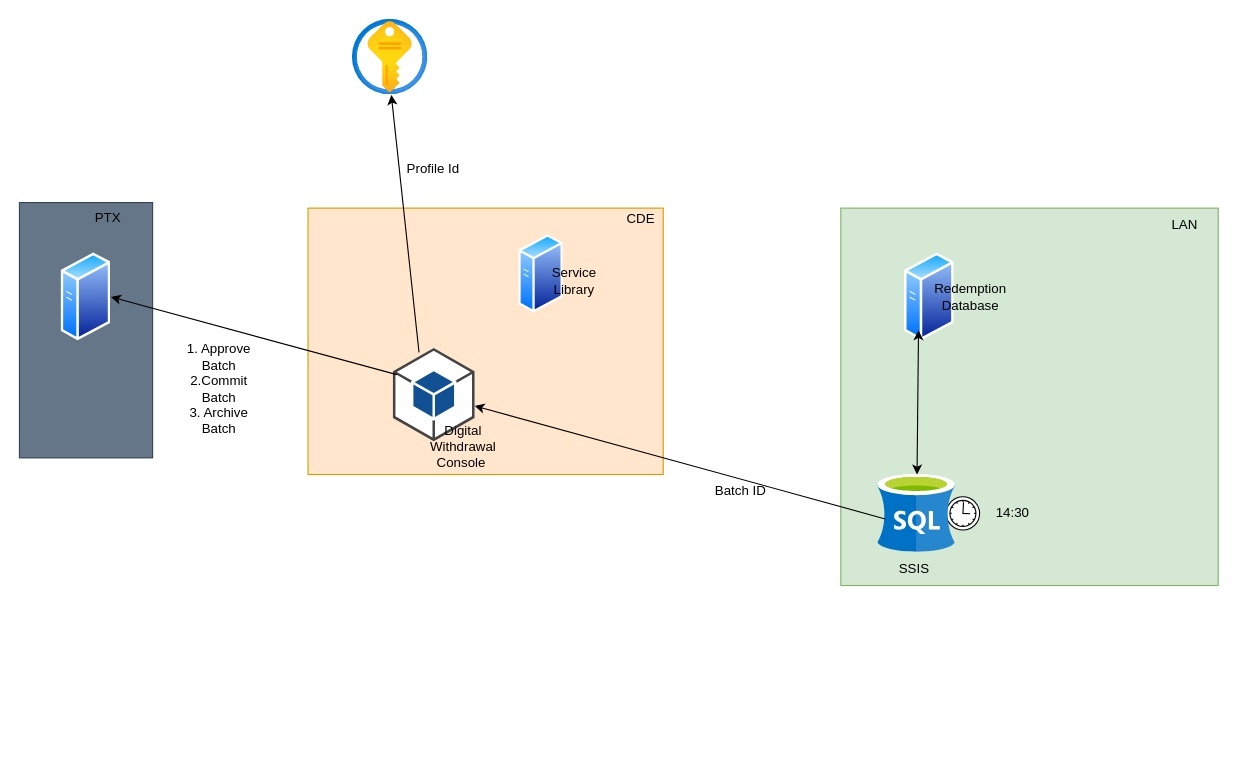
This is DigitalWithdrawalsLowLevelDiagram.drawio from mattwatts36/drawings, a draw.io file, before an edit. Source tidied: cells renumbered, new cells numbered last; positions are measured from the earlier drawing's top-left corner, leaving out a move shared by most shapes. Both pictures are drawn from the tidied source at 111%, with x=0, y=0 at pixel (19, 19).
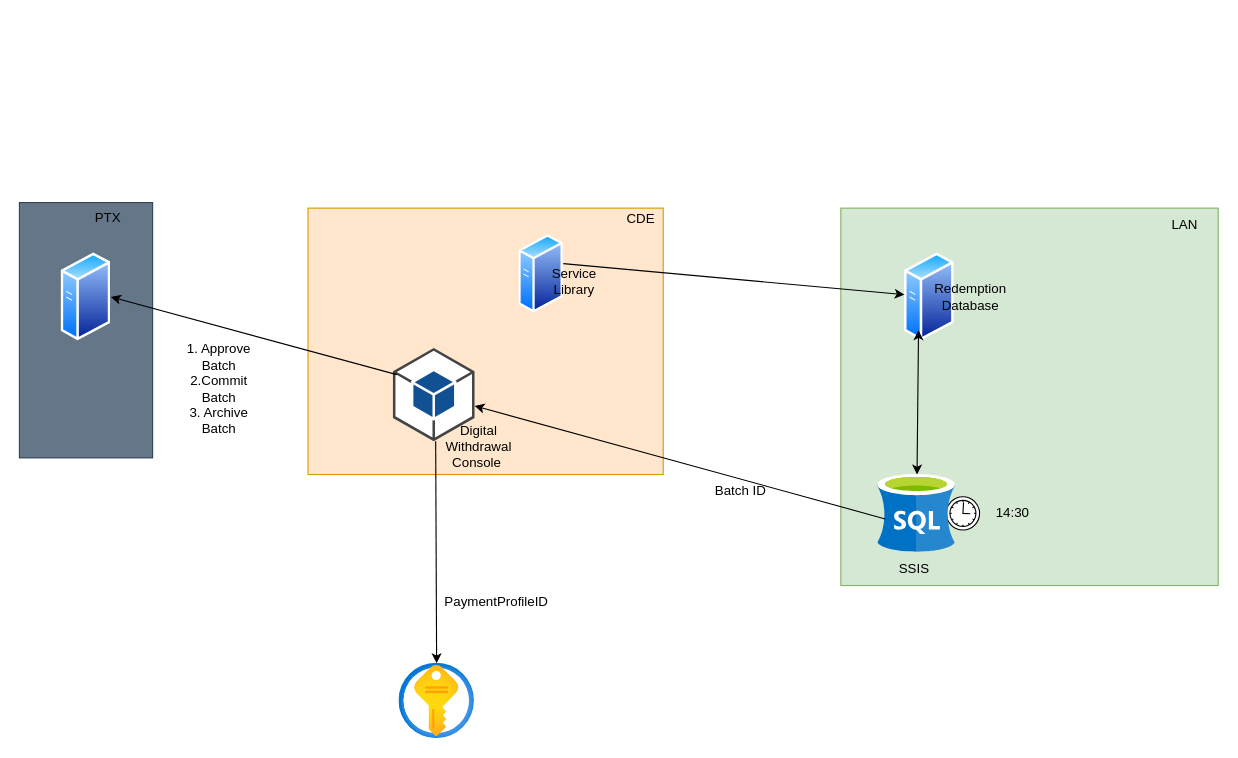
The same diagram, later.

The change refers to these unchanged cells:
```xml
<mxCell id="3" style="image;perimeter=ellipsePerimeter;html=1;align=center;shadow=0;dashed=0;spacingTop=3;image=img/lib/active_directory/generic_server.svg;" parent="1" vertex="1">
  <mxGeometry x="797.4" y="210" width="44.8" height="80" as="geometry" />
</mxCell>
```

Diff of the diagram source:
```diff
@@
     <mxCell id="16" value="Digital Withdrawal Console&amp;nbsp;" style="text;html=1;strokeColor=none;fillColor=none;align=center;verticalAlign=middle;whiteSpace=wrap;rounded=0;" parent="1" vertex="1">
-      <mxGeometry x="370" y="370" width="60" height="30" as="geometry" />
+      <mxGeometry x="384" y="370" width="60" height="30" as="geometry" />
     </mxCell>
@@
     <mxCell id="21" style="image;html=1;points=[];align=center;fontSize=12;image=img/lib/azure2/security/Key_Vaults.svg;" parent="1" vertex="1">
-      <mxGeometry x="300" width="68" height="68" as="geometry" />
+      <mxGeometry x="342" y="580" width="68" height="68" as="geometry" />
     </mxCell>
-    <mxCell id="22" value="Profile Id" style="text;html=1;strokeColor=none;fillColor=none;align=center;verticalAlign=middle;whiteSpace=wrap;rounded=0;" parent="1" vertex="1">
-      <mxGeometry x="343.2" y="120" width="60" height="30" as="geometry" />
+    <mxCell id="22" value="PaymentProfileID" style="text;html=1;strokeColor=none;fillColor=none;align=center;verticalAlign=middle;whiteSpace=wrap;rounded=0;" parent="1" vertex="1">
+      <mxGeometry x="400" y="510" width="60" height="30" as="geometry" />
     </mxCell>
@@
-    <mxCell id="25" style="endArrow=classic;html=1;rounded=0;entryX=0.515;entryY=1;entryDx=0;entryDy=0;entryPerimeter=0;" parent="1" edge="1" target="21">
-      <mxGeometry relative="1" as="geometry">
-        <mxPoint x="360" y="300" as="sourcePoint" />
-      </mxGeometry>
-    </mxCell>
@@
+    <mxCell id="27" style="endArrow=classic;html=1;rounded=0;" parent="1" edge="1" target="3">
+      <mxGeometry relative="1" as="geometry">
+        <mxPoint x="490" y="220" as="sourcePoint" />
+      </mxGeometry>
+    </mxCell>
+    <mxCell id="28" style="endArrow=classic;html=1;rounded=0;" parent="1" edge="1" target="21">
+      <mxGeometry relative="1" as="geometry">
+        <mxPoint x="375" y="380" as="sourcePoint" />
+      </mxGeometry>
+    </mxCell>
```
